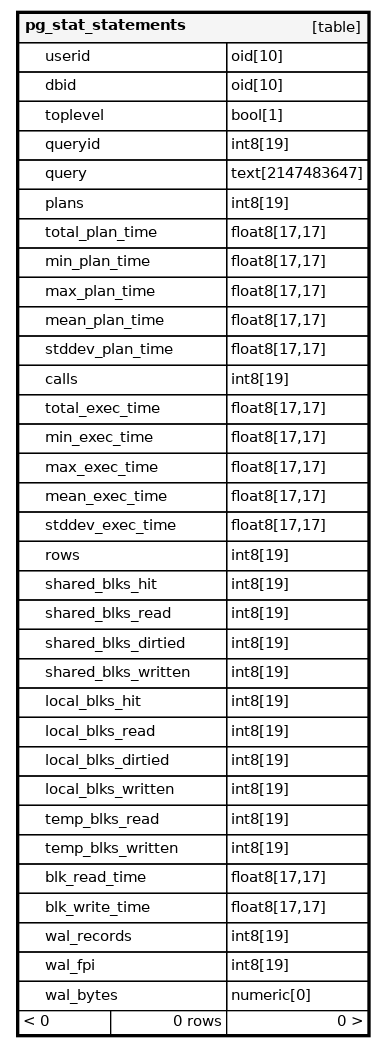
The Graphviz diagram schemaspy/diagrams/orphans/orphans.png in igor-suhorukov/PostgresJsonLogWatcher, before a commit. Its source is kept beside it as schemaspy/diagrams/orphans/orphans.dot.
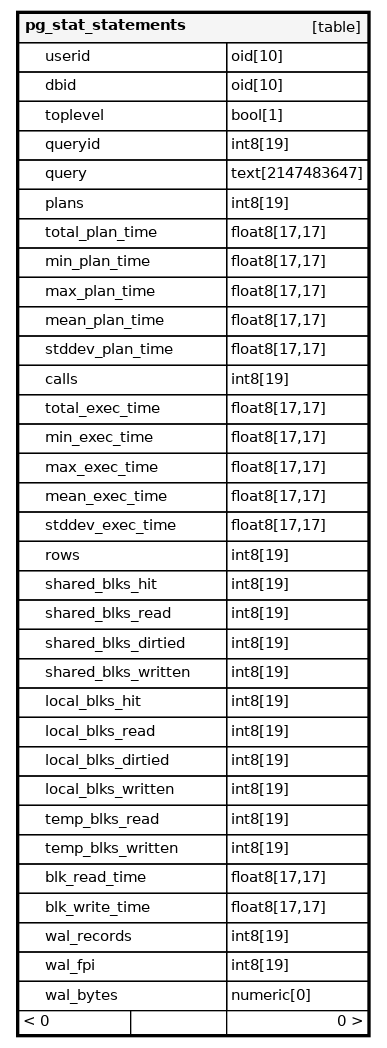
The same file after the commit.

What changed in the source:
```diff
@@ -37,7 +37,7 @@
       <TR><TD PORT="wal_records" COLSPAN="2" ALIGN="LEFT"><TABLE BORDER="0" CELLSPACING="0" ALIGN="LEFT"><TR ALIGN="LEFT"><TD ALIGN="LEFT" FIXEDSIZE="TRUE" WIDTH="15" HEIGHT="16"></TD><TD ALIGN="LEFT" FIXEDSIZE="TRUE" WIDTH="135" HEIGHT="16">wal_records</TD></TR></TABLE></TD><TD PORT="wal_records.type" ALIGN="LEFT">int8[19]</TD></TR>
       <TR><TD PORT="wal_fpi" COLSPAN="2" ALIGN="LEFT"><TABLE BORDER="0" CELLSPACING="0" ALIGN="LEFT"><TR ALIGN="LEFT"><TD ALIGN="LEFT" FIXEDSIZE="TRUE" WIDTH="15" HEIGHT="16"></TD><TD ALIGN="LEFT" FIXEDSIZE="TRUE" WIDTH="135" HEIGHT="16">wal_fpi</TD></TR></TABLE></TD><TD PORT="wal_fpi.type" ALIGN="LEFT">int8[19]</TD></TR>
       <TR><TD PORT="wal_bytes" COLSPAN="2" ALIGN="LEFT"><TABLE BORDER="0" CELLSPACING="0" ALIGN="LEFT"><TR ALIGN="LEFT"><TD ALIGN="LEFT" FIXEDSIZE="TRUE" WIDTH="15" HEIGHT="16"></TD><TD ALIGN="LEFT" FIXEDSIZE="TRUE" WIDTH="135" HEIGHT="16">wal_bytes</TD></TR></TABLE></TD><TD PORT="wal_bytes.type" ALIGN="LEFT">numeric[0]</TD></TR>
-      <TR><TD ALIGN="LEFT" BGCOLOR="#ffffff">&lt; 0</TD><TD ALIGN="RIGHT" BGCOLOR="#ffffff">0 rows</TD><TD ALIGN="RIGHT" BGCOLOR="#ffffff">0 &gt;</TD></TR>
+      <TR><TD ALIGN="LEFT" BGCOLOR="#ffffff">&lt; 0</TD><TD ALIGN="RIGHT" BGCOLOR="#ffffff">  </TD><TD ALIGN="RIGHT" BGCOLOR="#ffffff">0 &gt;</TD></TR>
     </TABLE>>
     URL="tables/pg_stat_statements.html"
     target="_top"
```
